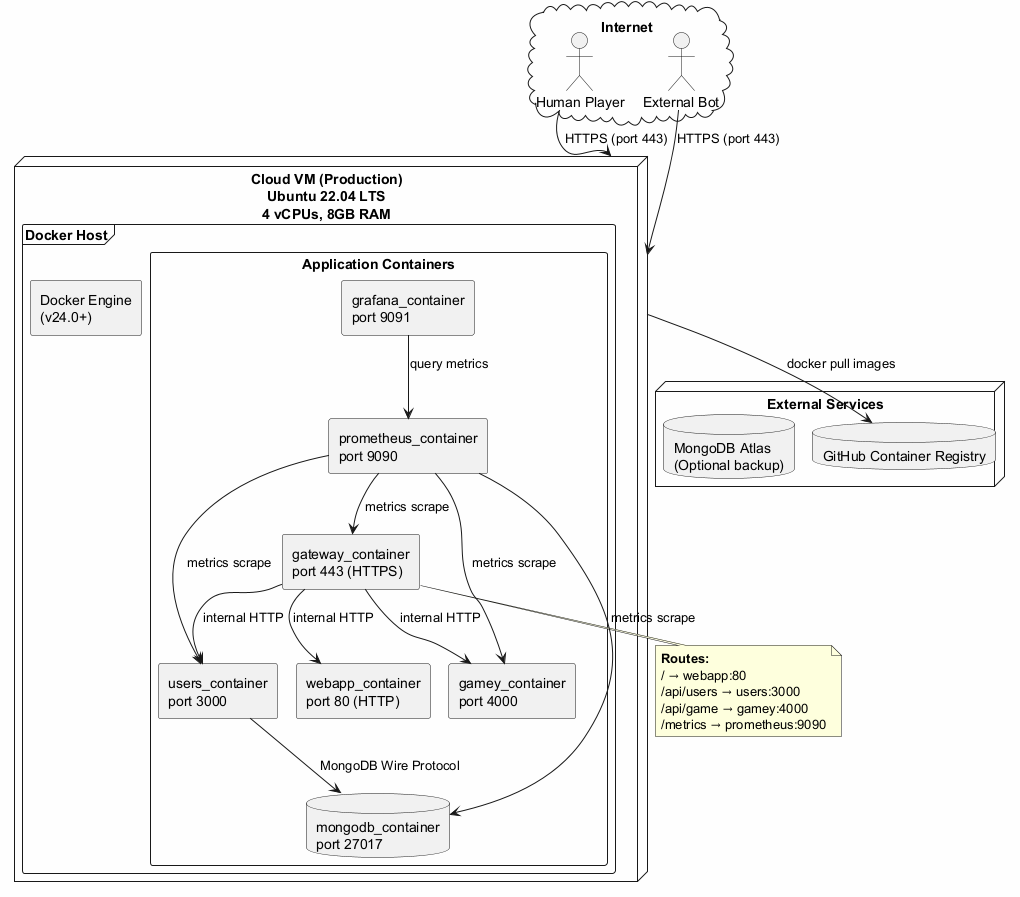
Before: images/Production Deployment Level 1.png, a diagram exported from PlantUML (Arquisoft/yovi_en2c). The source it was exported from:
```plantuml
@startuml

skinparam componentStyle rectangle
skinparam backgroundColor #FEFEFE

cloud "Internet" {
  actor "Human Player" as User
  actor "External Bot" as Bot
}

node "Cloud VM (Production)\nUbuntu 22.04 LTS\n4 vCPUs, 8GB RAM" as VM {
  frame "Docker Host" {
    component "Docker Engine\n(v24.0+)" as Docker

    rectangle "Application Containers" {
      component "gateway_container\nport 443 (HTTPS)" as GatewayCont
      component "webapp_container\nport 80 (HTTP)" as WebappCont
      component "users_container\nport 3000" as UsersCont
      component "gamey_container\nport 4000" as GameyCont
      database "mongodb_container\nport 27017" as DBCont

      component "prometheus_container\nport 9090" as PromCont
      component "grafana_container\nport 9091" as GrafCont
    }
  }
}

node "External Services" {
  database "GitHub Container Registry" as Registry
  database "MongoDB Atlas\n(Optional backup)" as Atlas
}

User --> VM : HTTPS (port 443)
Bot --> VM : HTTPS (port 443)

VM --> Registry : docker pull images

GatewayCont --> WebappCont : internal HTTP
GatewayCont --> UsersCont : internal HTTP
GatewayCont --> GameyCont : internal HTTP

UsersCont --> DBCont : MongoDB Wire Protocol

PromCont --> GatewayCont : metrics scrape
PromCont --> UsersCont : metrics scrape
PromCont --> GameyCont : metrics scrape
PromCont --> DBCont : metrics scrape
GrafCont --> PromCont : query metrics



note bottom of GatewayCont
  **Routes:**
  / → webapp:80
  /api/users → users:3000
  /api/game → gamey:4000
  /metrics → prometheus:9090
end note
@enduml
```
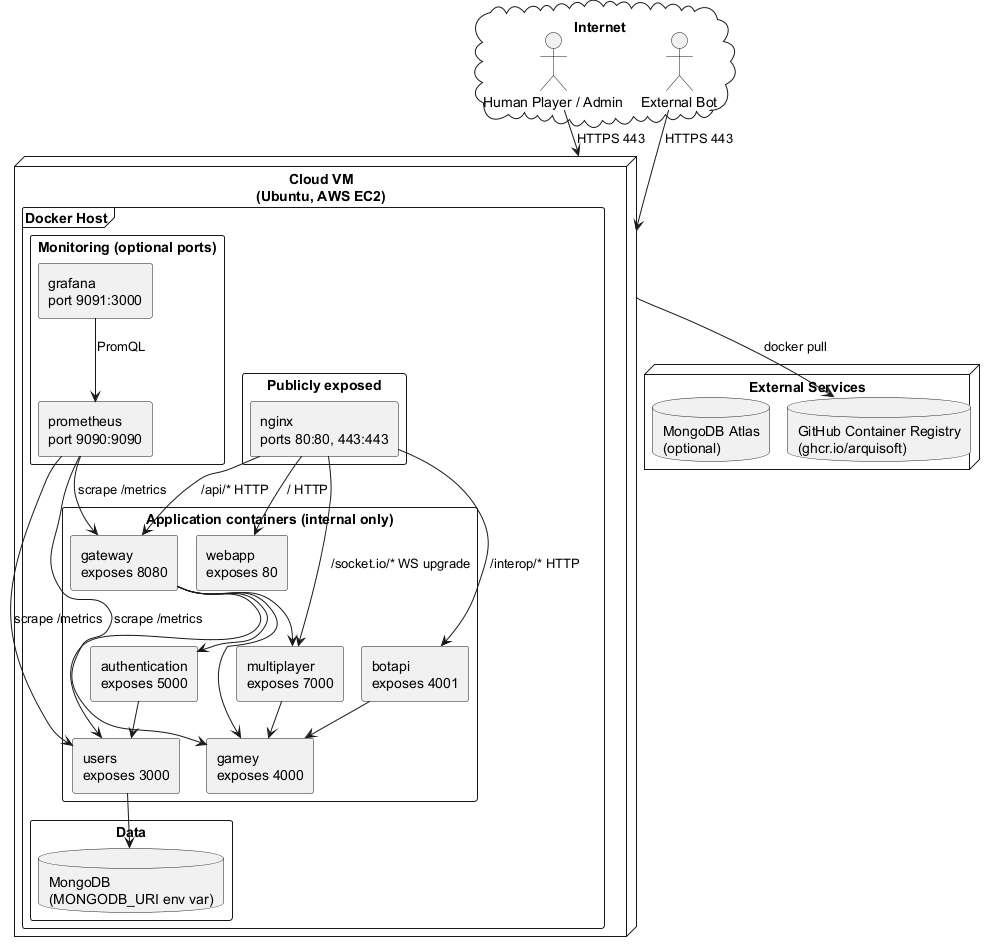
After the change.

Change to the diagram source:
```diff
@@ -1,59 +1,66 @@
 @startuml
-
 skinparam componentStyle rectangle
-skinparam backgroundColor #FEFEFE
 
 cloud "Internet" {
-  actor "Human Player" as User
+  actor "Human Player / Admin" as User
   actor "External Bot" as Bot
 }
 
-node "Cloud VM (Production)\nUbuntu 22.04 LTS\n4 vCPUs, 8GB RAM" as VM {
+node "Cloud VM\n(Ubuntu, AWS EC2)" as VM {
   frame "Docker Host" {
-    component "Docker Engine\n(v24.0+)" as Docker
 
-    rectangle "Application Containers" {
-      component "gateway_container\nport 443 (HTTPS)" as GatewayCont
-      component "webapp_container\nport 80 (HTTP)" as WebappCont
-      component "users_container\nport 3000" as UsersCont
-      component "gamey_container\nport 4000" as GameyCont
-      database "mongodb_container\nport 27017" as DBCont
+    rectangle "Publicly exposed" {
+      component "nginx\nports 80:80, 443:443" as Nginx
+    }
 
-      component "prometheus_container\nport 9090" as PromCont
-      component "grafana_container\nport 9091" as GrafCont
+    rectangle "Application containers (internal only)" {
+      component "webapp\nexposes 80" as Webapp
+      component "gateway\nexposes 8080" as Gateway
+      component "authentication\nexposes 5000" as Auth
+      component "users\nexposes 3000" as Users
+      component "gamey\nexposes 4000" as Gamey
+      component "multiplayer\nexposes 7000" as Multi
+      component "botapi\nexposes 4001" as BotAPI
+    }
+
+    rectangle "Data" {
+      database "MongoDB\n(MONGODB_URI env var)" as DB
+    }
+
+    rectangle "Monitoring (optional ports)" {
+      component "prometheus\nport 9090:9090" as Prom
+      component "grafana\nport 9091:3000" as Graf
     }
   }
 }
 
 node "External Services" {
-  database "GitHub Container Registry" as Registry
-  database "MongoDB Atlas\n(Optional backup)" as Atlas
+  database "GitHub Container Registry\n(ghcr.io/arquisoft)" as GHCR
+  database "MongoDB Atlas\n(optional)" as Atlas
 }
 
-User --> VM : HTTPS (port 443)
-Bot --> VM : HTTPS (port 443)
+User --> VM : "HTTPS 443"
+Bot --> VM : "HTTPS 443"
+VM --> GHCR : "docker pull"
 
-VM --> Registry : docker pull images
+Nginx --> Webapp : "/ HTTP"
+Nginx --> Gateway : "/api/* HTTP"
+Nginx --> Multi : "/socket.io/* WS upgrade"
+Nginx --> BotAPI : "/interop/* HTTP"
 
-GatewayCont --> WebappCont : internal HTTP
-GatewayCont --> UsersCont : internal HTTP
-GatewayCont --> GameyCont : internal HTTP
+Gateway --> Auth
+Gateway --> Users
+Gateway --> Gamey
+Gateway --> Multi
 
-UsersCont --> DBCont : MongoDB Wire Protocol
+Auth --> Users
+Users --> DB
 
-PromCont --> GatewayCont : metrics scrape
-PromCont --> UsersCont : metrics scrape
-PromCont --> GameyCont : metrics scrape
-PromCont --> DBCont : metrics scrape
-GrafCont --> PromCont : query metrics
+Multi --> Gamey
+BotAPI --> Gamey
 
-
-
-note bottom of GatewayCont
-  **Routes:**
-  / → webapp:80
-  /api/users → users:3000
-  /api/game → gamey:4000
-  /metrics → prometheus:9090
-end note
+Prom --> Gateway : "scrape /metrics"
+Prom --> Users : "scrape /metrics"
+Prom --> Gamey : "scrape /metrics"
+Graf --> Prom : "PromQL"
 @enduml
```
